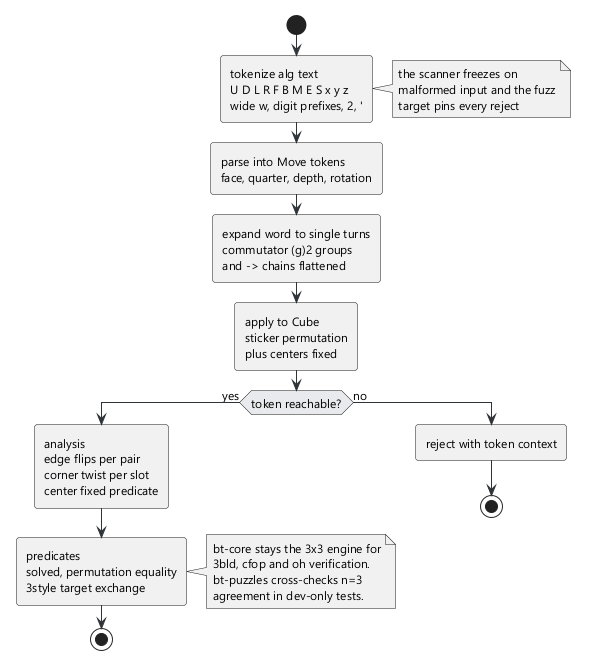
This is docs/diagrams/02-cube-core.png from lavantien/blind-trainer, a PlantUML export, as it was before one commit. Its diagram source:
```plantuml
@startuml 02-cube-core
skinparam backgroundColor #FFFFFF
skinparam defaultFontName Segoe UI
skinparam defaultFontSize 12
skinparam roundCorner 6
skinparam ArrowColor #2f3439
skinparam ActivityDiamondBackgroundColor #e8eaed
skinparam NoteBackgroundColor #f4f5f6
start
:tokenize alg text\nU D L R F B M E S x y z\nwide w, digit prefixes, 2, ';
note right: the scanner freezes on\nmalformed input and the fuzz\ntarget pins every reject
:parse into Move tokens\nface, quarter, depth, rotation;
:expand word to single turns\ncommutator (g)2 groups\nand -> chains flattened;
:apply to Cube\nsticker permutation\nplus centers fixed;
if (token reachable?) then (yes)
  :analysis\nedge flips per pair\ncorner twist per slot\ncenter fixed predicate;
  :predicates\nsolved, permutation equality\n3style target exchange;
  note right
    bt-core stays the 3x3 engine for
    3bld, cfop and oh verification.
    bt-puzzles cross-checks n=3
    agreement in dev-only tests.
  end note
  stop
else (no)
  :reject with token context;
  stop
endif
@enduml
```
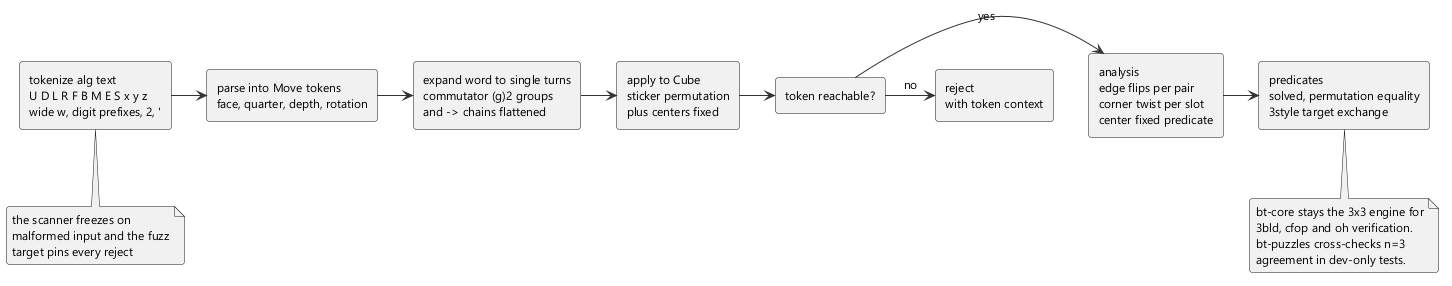
Later version of the same file.

Change to the diagram source:
```diff
@@ -4,26 +4,31 @@
 skinparam defaultFontSize 12
 skinparam roundCorner 6
 skinparam ArrowColor #2f3439
-skinparam ActivityDiamondBackgroundColor #e8eaed
 skinparam NoteBackgroundColor #f4f5f6
-start
-:tokenize alg text\nU D L R F B M E S x y z\nwide w, digit prefixes, 2, ';
-note right: the scanner freezes on\nmalformed input and the fuzz\ntarget pins every reject
-:parse into Move tokens\nface, quarter, depth, rotation;
-:expand word to single turns\ncommutator (g)2 groups\nand -> chains flattened;
-:apply to Cube\nsticker permutation\nplus centers fixed;
-if (token reachable?) then (yes)
-  :analysis\nedge flips per pair\ncorner twist per slot\ncenter fixed predicate;
-  :predicates\nsolved, permutation equality\n3style target exchange;
-  note right
-    bt-core stays the 3x3 engine for
-    3bld, cfop and oh verification.
-    bt-puzzles cross-checks n=3
-    agreement in dev-only tests.
-  end note
-  stop
-else (no)
-  :reject with token context;
-  stop
-endif
+rectangle "tokenize alg text\nU D L R F B M E S x y z\nwide w, digit prefixes, 2, '" as tokenize
+rectangle "parse into Move tokens\nface, quarter, depth, rotation" as parse
+rectangle "expand word to single turns\ncommutator (g)2 groups\nand -> chains flattened" as expand
+rectangle "apply to Cube\nsticker permutation\nplus centers fixed" as apply
+rectangle "token reachable?" as reachable
+rectangle "analysis\nedge flips per pair\ncorner twist per slot\ncenter fixed predicate" as analysis
+rectangle "predicates\nsolved, permutation equality\n3style target exchange" as predicates
+rectangle "reject\nwith token context" as reject
+tokenize -> parse
+parse -> expand
+expand -> apply
+apply -> reachable
+reachable -> analysis : yes
+reachable -> reject : no
+analysis -> predicates
+note bottom of tokenize
+  the scanner freezes on
+  malformed input and the fuzz
+  target pins every reject
+end note
+note bottom of predicates
+  bt-core stays the 3x3 engine for
+  3bld, cfop and oh verification.
+  bt-puzzles cross-checks n=3
+  agreement in dev-only tests.
+end note
 @enduml
```
